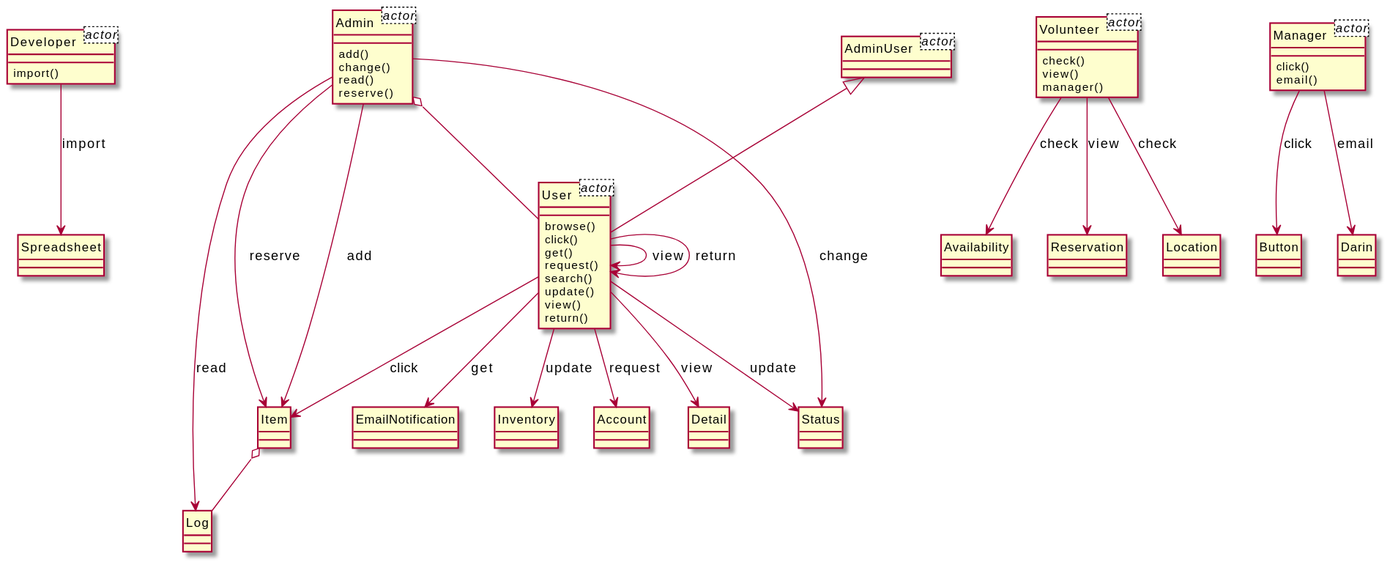
Above: output/diagram_5/2017-USC-Project02.svg in xixixhalu/DomainModelExtractor (PlantUML), before the change. Source of this version:
```plantuml
@startuml
hide circle
class Developer<actor> {
}
class Admin<actor> {
}
class Volunteer<actor> {
}
class Manager<actor> {
}
class User<actor> {
}
class AdminUser<actor> {
}
class Log {
}
class User {
	browse()
	click()
	get()
	request()
	search()
	update()
	view()
	return()
}
class Detail {
}
class Manager {
	click()
	email()
}
class Button {
}
class Inventory {
}
class Item {
}
class EmailNotification {
}
class Admin {
	add()
	change()
	read()
	reserve()
}
class Status {
}
class Volunteer {
	check()
	view()
	manager()
}
class Availability {
}
class Developer {
	import()
}
class Spreadsheet {
}
class Darin {
}
class Reservation {
}
class Account {
}
class Location {
}
class AdminUser {
}
User --> EmailNotification : get
Admin --> Status : change
User --> Detail : view
User --> Status : update
User --> Account : request
Admin --> Log : read
Volunteer --> Location : check
Manager --> Button : click
AdminUser <|-- User
User --> Inventory : update
Admin o-- User
Item o-- Log
Volunteer --> Availability : check
User --> User : view
User --> User : return
Developer --> Spreadsheet : import
Manager --> Darin : email
User --> Item : click
Volunteer --> Reservation : view
Admin --> Item : add
Admin --> Item : reserve
@enduml
```
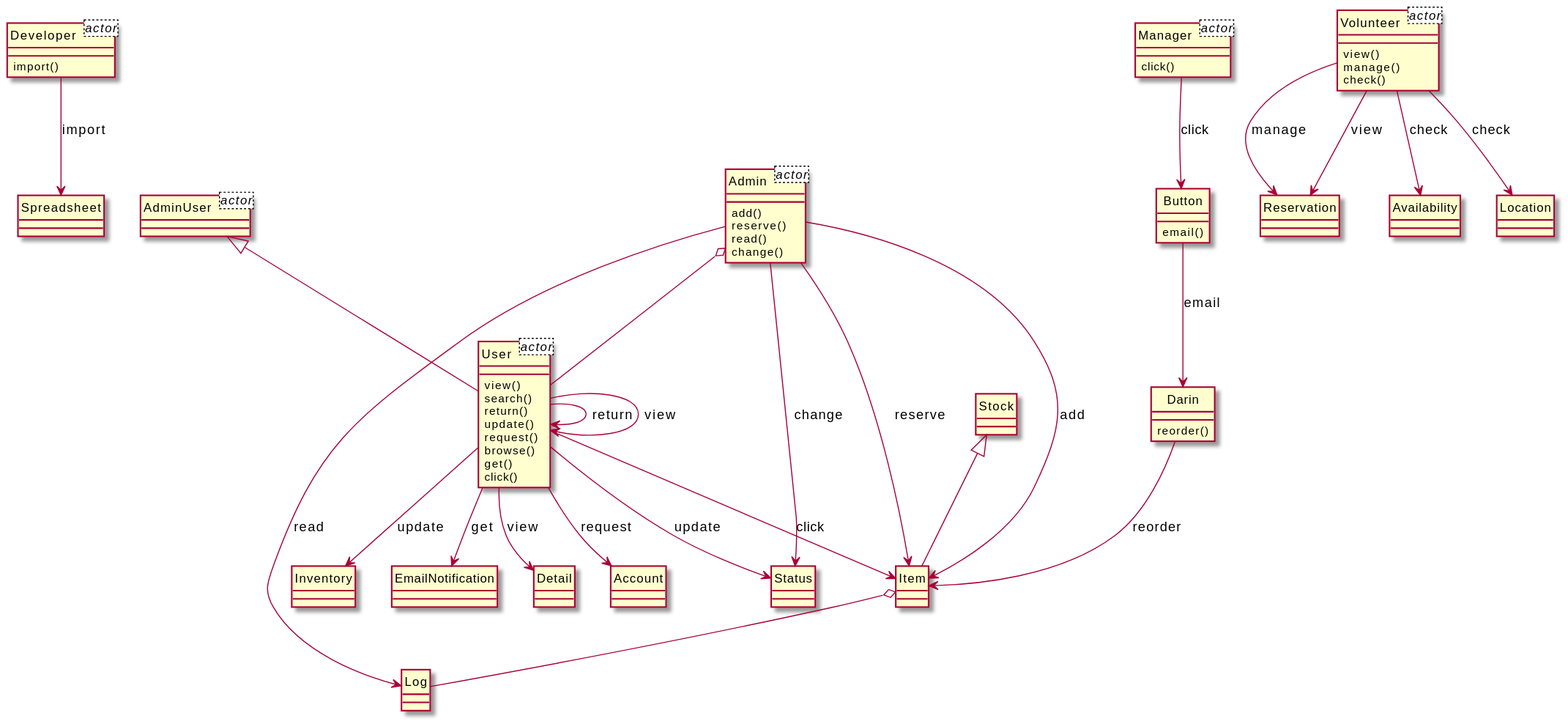
After the change.

Change to the diagram source:
```diff
@@ -15,78 +15,84 @@
 class Log {
 }
 class User {
+	view()
+	search()
+	return()
+	update()
+	request()
 	browse()
+	get()
 	click()
-	get()
-	request()
-	search()
-	update()
+}
+class Account {
+}
+class Admin {
+	add()
+	reserve()
+	read()
+	change()
+}
+class Item {
+}
+class Volunteer {
 	view()
-	return()
+	manage()
+	check()
 }
-class Detail {
+class Reservation {
 }
-class Manager {
-	click()
-	email()
+class Availability {
 }
-class Button {
+class Darin {
+	reorder()
+}
+class Status {
 }
 class Inventory {
 }
-class Item {
+class Location {
 }
 class EmailNotification {
-}
-class Admin {
-	add()
-	change()
-	read()
-	reserve()
-}
-class Status {
-}
-class Volunteer {
-	check()
-	view()
-	manager()
-}
-class Availability {
 }
 class Developer {
 	import()
 }
 class Spreadsheet {
 }
-class Darin {
+class Detail {
 }
-class Reservation {
+class Manager {
+	click()
 }
-class Account {
-}
-class Location {
+class Button {
+	email()
 }
 class AdminUser {
 }
+class Stock {
+}
+User --> Item : click
+Darin --> Item : reorder
+User --> Account : request
+Admin --> Item : add
+Volunteer --> Reservation : manage
+Admin o-- User
+Admin --> Item : reserve
+Admin --> Status : change
+Manager --> Button : click
+User --> User : return
+Button --> Darin : email
+AdminUser <|-- User
+User --> Status : update
+Admin --> Log : read
+User --> Inventory : update
+Item o-- Log
+Stock <|-- Item
+Volunteer --> Location : check
+Volunteer --> Availability : check
 User --> EmailNotification : get
-Admin --> Status : change
+User --> User : view
+Developer --> Spreadsheet : import
 User --> Detail : view
-User --> Status : update
-User --> Account : request
-Admin --> Log : read
-Volunteer --> Location : check
-Manager --> Button : click
-AdminUser <|-- User
-User --> Inventory : update
-Admin o-- User
-Item o-- Log
-Volunteer --> Availability : check
-User --> User : view
-User --> User : return
-Developer --> Spreadsheet : import
-Manager --> Darin : email
-User --> Item : click
 Volunteer --> Reservation : view
-Admin --> Item : add
-Admin --> Item : reserve
 @enduml
```
